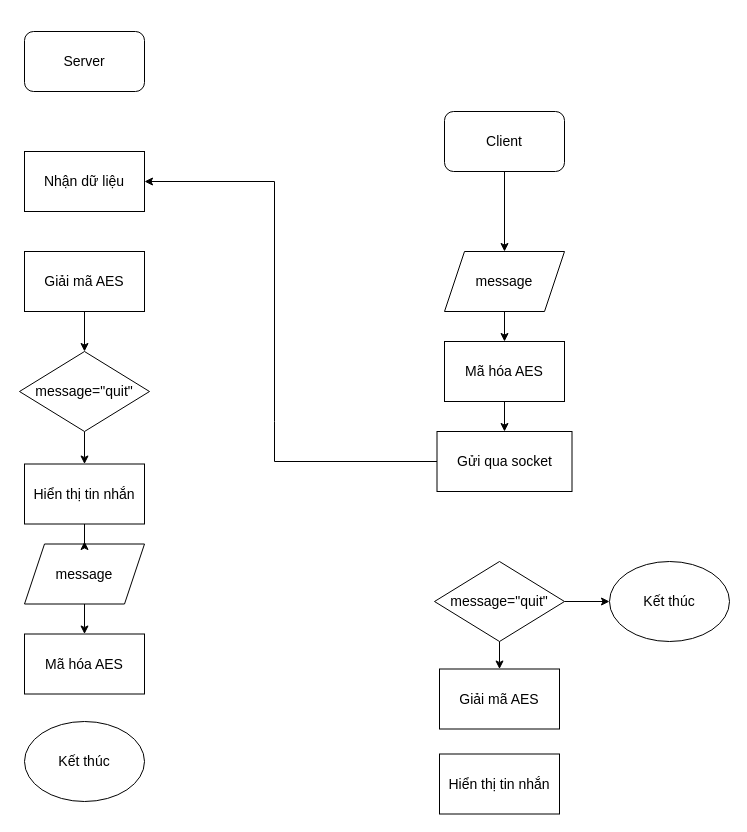
Earlier version of the draw.io diagram Chat.drawio (duy1009/abc). Source tidied: cells renumbered, new cells numbered last; positions are measured from the earlier drawing's top-left corner, leaving out a move shared by most shapes. Both pictures are drawn from the tidied source at 100%, with x=0, y=0 at pixel (19, 31).
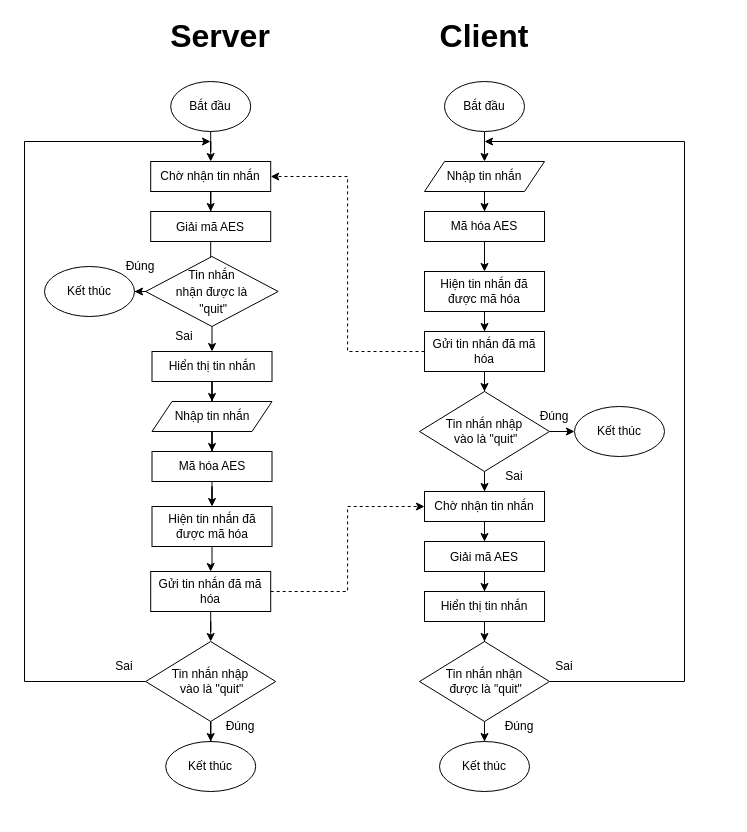
Above is the later version.

What changed in the source:
```diff
@@
-    <mxCell id="2" value="&lt;font style=&quot;font-size: 14px&quot;&gt;Server&lt;/font&gt;" style="rounded=1;whiteSpace=wrap;html=1;" parent="1" vertex="1">
-      <mxGeometry x="5" width="120" height="60" as="geometry" />
-    </mxCell>
-    <mxCell id="3" style="edgeStyle=orthogonalEdgeStyle;rounded=0;jettySize=auto;html=1;fontSize=14;" parent="1" edge="1" source="4" target="6">
-      <mxGeometry relative="1" as="geometry" />
-    </mxCell>
-    <mxCell id="4" value="&lt;font style=&quot;font-size: 14px&quot;&gt;Client&lt;/font&gt;" style="rounded=1;whiteSpace=wrap;html=1;" parent="1" vertex="1">
-      <mxGeometry x="425" y="80" width="120" height="60" as="geometry" />
-    </mxCell>
-    <mxCell id="5" style="edgeStyle=orthogonalEdgeStyle;rounded=0;jettySize=auto;html=1;fontSize=14;" parent="1" edge="1" source="6" target="10">
+    <mxCell id="5" style="edgeStyle=orthogonalEdgeStyle;rounded=0;jettySize=auto;html=1;fontSize=14;exitX=0.5;exitY=1;exitDx=0;exitDy=0;" parent="1" edge="1" source="33" target="10">
       <mxGeometry relative="1" as="geometry" />
     </mxCell>
-    <mxCell id="6" value="&lt;font style=&quot;font-size: 14px&quot;&gt;message&lt;/font&gt;" style="shape=parallelogram;perimeter=parallelogramPerimeter;whiteSpace=wrap;html=1;fixedSize=1;" parent="1" vertex="1">
-      <mxGeometry x="425" y="220" width="120" height="60" as="geometry" />
-    </mxCell>
@@
-    <mxCell id="8" value="&lt;font style=&quot;font-size: 14px&quot;&gt;message&lt;/font&gt;" style="shape=parallelogram;perimeter=parallelogramPerimeter;whiteSpace=wrap;html=1;fixedSize=1;" parent="1" vertex="1">
-      <mxGeometry x="5" y="512.5" width="120" height="60" as="geometry" />
+    <mxCell id="8" value="&lt;font style=&quot;font-size: 12px&quot;&gt;Nhập tin nhắn&lt;/font&gt;" style="shape=parallelogram;perimeter=parallelogramPerimeter;whiteSpace=wrap;html=1;fixedSize=1;fontSize=12;" parent="1" vertex="1">
+      <mxGeometry x="132.5" y="370" width="120" height="30" as="geometry" />
     </mxCell>
-    <mxCell id="9" style="edgeStyle=orthogonalEdgeStyle;rounded=0;jettySize=auto;html=1;fontSize=14;" parent="1" edge="1" source="10" target="26">
+    <mxCell id="9" style="edgeStyle=orthogonalEdgeStyle;rounded=0;jettySize=auto;html=1;fontSize=14;" parent="1" edge="1" source="10" target="35">
       <mxGeometry relative="1" as="geometry" />
     </mxCell>
-    <mxCell id="10" value="Mã hóa AES" style="rounded=0;whiteSpace=wrap;html=1;fontSize=14;" parent="1" vertex="1">
-      <mxGeometry x="425" y="310" width="120" height="60" as="geometry" />
+    <mxCell id="10" value="Mã hóa AES" style="rounded=0;whiteSpace=wrap;html=1;fontSize=12;" parent="1" vertex="1">
+      <mxGeometry x="405" y="180" width="120" height="30" as="geometry" />
     </mxCell>
@@
-    <mxCell id="12" value="Giải mã AES" style="rounded=0;whiteSpace=wrap;html=1;fontSize=14;" parent="1" vertex="1">
-      <mxGeometry x="5" y="220" width="120" height="60" as="geometry" />
+    <mxCell id="12" value="&lt;font style=&quot;font-size: 12px&quot;&gt;Giải mã AES&lt;/font&gt;" style="rounded=0;whiteSpace=wrap;html=1;fontSize=14;" parent="1" vertex="1">
+      <mxGeometry x="131.2" y="180" width="120" height="30" as="geometry" />
     </mxCell>
+    <mxCell id="28" style="edgeStyle=orthogonalEdgeStyle;rounded=0;jettySize=auto;html=1;fontSize=12;" parent="1" edge="1" source="13" target="37">
+      <mxGeometry relative="1" as="geometry" />
+    </mxCell>
-    <mxCell id="13" value="Mã hóa AES" style="rounded=0;whiteSpace=wrap;html=1;fontSize=14;" parent="1" vertex="1">
-      <mxGeometry x="5" y="602.5" width="120" height="60" as="geometry" />
+    <mxCell id="13" value="Mã hóa AES" style="rounded=0;whiteSpace=wrap;html=1;fontSize=12;" parent="1" vertex="1">
+      <mxGeometry x="132.5" y="420" width="120" height="30" as="geometry" />
     </mxCell>
-    <mxCell id="14" value="Giải mã AES" style="rounded=0;whiteSpace=wrap;html=1;fontSize=14;" parent="1" vertex="1">
-      <mxGeometry x="420" y="637.5" width="120" height="60" as="geometry" />
-    </mxCell>
-    <mxCell id="15" style="edgeStyle=orthogonalEdgeStyle;rounded=0;jettySize=auto;html=1;fontSize=14;" parent="1" edge="1" source="16">
-      <mxGeometry relative="1" as="geometry">
-        <mxPoint x="65" y="510" as="targetPoint" />
-      </mxGeometry>
+    <mxCell id="15" style="edgeStyle=orthogonalEdgeStyle;rounded=0;jettySize=auto;html=1;fontSize=14;entryX=0.5;entryY=0;entryDx=0;entryDy=0;" parent="1" edge="1" source="16" target="8">
+      <mxGeometry relative="1" as="geometry" />
     </mxCell>
-    <mxCell id="16" value="Hiển thị tin nhắn" style="rounded=0;whiteSpace=wrap;html=1;fontSize=14;" parent="1" vertex="1">
-      <mxGeometry x="5" y="432.5" width="120" height="60" as="geometry" />
+    <mxCell id="16" value="Hiển thị tin nhắn" style="rounded=0;whiteSpace=wrap;html=1;fontSize=12;" parent="1" vertex="1">
+      <mxGeometry x="132.5" y="320" width="120" height="30" as="geometry" />
     </mxCell>
-    <mxCell id="17" value="Hiển thị tin nhắn" style="rounded=0;whiteSpace=wrap;html=1;fontSize=14;" parent="1" vertex="1">
-      <mxGeometry x="420" y="722.5" width="120" height="60" as="geometry" />
-    </mxCell>
-    <mxCell id="18" style="endArrow=classic;html=1;rounded=0;fontSize=14;exitX=0;exitY=0.5;exitDx=0;exitDy=0;entryX=1;entryY=0.5;entryDx=0;entryDy=0;" parent="1" edge="1" source="26" target="27">
-      <mxGeometry relative="1" as="geometry">
-        <Array as="points">
-          <mxPoint x="255" y="430" />
-          <mxPoint x="255" y="390" />
-          <mxPoint x="255" y="150" />
-        </Array>
-      </mxGeometry>
-    </mxCell>
-    <mxCell id="19" style="edgeStyle=orthogonalEdgeStyle;rounded=0;jettySize=auto;html=1;fontSize=14;entryX=0.5;entryY=0;entryDx=0;entryDy=0;" parent="1" edge="1" source="21" target="14">
-      <mxGeometry relative="1" as="geometry" />
-    </mxCell>
-    <mxCell id="20" style="edgeStyle=orthogonalEdgeStyle;rounded=0;jettySize=auto;html=1;fontSize=14;" parent="1" edge="1" source="21" target="22">
+    <mxCell id="20" style="edgeStyle=orthogonalEdgeStyle;rounded=0;jettySize=auto;html=1;fontSize=12;" parent="1" edge="1" source="21" target="22">
       <mxGeometry relative="1" as="geometry" />
     </mxCell>
+    <mxCell id="29" style="edgeStyle=orthogonalEdgeStyle;rounded=0;jettySize=auto;html=1;fontSize=12;exitX=1;exitY=0.5;exitDx=0;exitDy=0;" parent="1" edge="1" source="21">
+      <mxGeometry relative="1" as="geometry">
+        <mxPoint x="465" y="110" as="targetPoint" />
+        <Array as="points">
+          <mxPoint x="530" y="650" />
+          <mxPoint x="665" y="650" />
+          <mxPoint x="665" y="110" />
+        </Array>
+      </mxGeometry>
+    </mxCell>
-    <mxCell id="21" value="&lt;span&gt;message=&quot;quit&quot;&lt;/span&gt;" style="rhombus;whiteSpace=wrap;html=1;fontSize=14;" parent="1" vertex="1">
-      <mxGeometry x="415" y="530" width="130" height="80" as="geometry" />
+    <mxCell id="21" value="&lt;span style=&quot;font-size: 12px&quot;&gt;Tin nhắn nhận&lt;br&gt;&amp;nbsp;được là &quot;quit&quot;&lt;/span&gt;" style="rhombus;whiteSpace=wrap;html=1;fontSize=12;" parent="1" vertex="1">
+      <mxGeometry x="400" y="610" width="130" height="80" as="geometry" />
     </mxCell>
-    <mxCell id="22" value="Kết thúc" style="ellipse;whiteSpace=wrap;html=1;fontSize=14;" parent="1" vertex="1">
-      <mxGeometry x="590" y="530" width="120" height="80" as="geometry" />
+    <mxCell id="22" value="Kết thúc" style="ellipse;whiteSpace=wrap;html=1;fontSize=12;" parent="1" vertex="1">
+      <mxGeometry x="420" y="710" width="90" height="50" as="geometry" />
     </mxCell>
-    <mxCell id="23" value="Kết thúc" style="ellipse;whiteSpace=wrap;html=1;fontSize=14;" parent="1" vertex="1">
-      <mxGeometry x="5" y="690" width="120" height="80" as="geometry" />
-    </mxCell>
@@
+    <mxCell id="30" style="edgeStyle=orthogonalEdgeStyle;rounded=0;jettySize=auto;html=1;fontSize=12;" parent="1" edge="1" source="25" target="57">
+      <mxGeometry relative="1" as="geometry" />
+    </mxCell>
-    <mxCell id="25" value="&lt;span&gt;message=&quot;quit&quot;&lt;/span&gt;" style="rhombus;whiteSpace=wrap;html=1;fontSize=14;" parent="1" vertex="1">
-      <mxGeometry y="320" width="130" height="80" as="geometry" />
+    <mxCell id="25" value="&lt;span&gt;&lt;font style=&quot;font-size: 12px&quot;&gt;Tin nhắn &lt;br&gt;nhận được là&lt;br&gt;&amp;nbsp;&quot;quit&quot;&lt;/font&gt;&lt;/span&gt;" style="rhombus;whiteSpace=wrap;html=1;fontSize=14;" parent="1" vertex="1">
+      <mxGeometry x="126.2" y="225" width="132.5" height="70" as="geometry" />
     </mxCell>
+    <mxCell id="18" style="edgeStyle=orthogonalEdgeStyle;rounded=0;jettySize=auto;html=1;entryX=1;entryY=0.5;entryDx=0;entryDy=0;fontSize=12;dashed=1;" parent="1" edge="1" source="26" target="27">
+      <mxGeometry relative="1" as="geometry" />
+    </mxCell>
+    <mxCell id="31" style="edgeStyle=orthogonalEdgeStyle;rounded=0;jettySize=auto;html=1;fontSize=12;" parent="1" edge="1" source="26" target="43">
+      <mxGeometry relative="1" as="geometry" />
+    </mxCell>
-    <mxCell id="26" value="Gửi qua socket" style="rounded=0;whiteSpace=wrap;html=1;fontSize=14;" parent="1" vertex="1">
-      <mxGeometry x="417.5" y="400" width="135" height="60" as="geometry" />
+    <mxCell id="26" value="Gửi tin nhắn đã mã hóa" style="rounded=0;whiteSpace=wrap;html=1;fontSize=12;" parent="1" vertex="1">
+      <mxGeometry x="405" y="300" width="120" height="40" as="geometry" />
     </mxCell>
+    <mxCell id="32" style="edgeStyle=orthogonalEdgeStyle;rounded=0;jettySize=auto;html=1;fontSize=12;" parent="1" edge="1" source="27" target="12">
+      <mxGeometry relative="1" as="geometry" />
+    </mxCell>
-    <mxCell id="27" value="Nhận dữ liệu" style="rounded=0;whiteSpace=wrap;html=1;fontSize=14;" parent="1" vertex="1">
-      <mxGeometry x="5" y="120" width="120" height="60" as="geometry" />
+    <mxCell id="27" value="Chờ nhận tin nhắn" style="rounded=0;whiteSpace=wrap;html=1;fontSize=12;" parent="1" vertex="1">
+      <mxGeometry x="131.2" y="130" width="120" height="30" as="geometry" />
     </mxCell>
+    <mxCell id="33" value="Nhập tin nhắn" style="shape=parallelogram;perimeter=parallelogramPerimeter;whiteSpace=wrap;html=1;fixedSize=1;fontSize=12;" parent="1" vertex="1">
+      <mxGeometry x="405" y="130" width="120" height="30" as="geometry" />
+    </mxCell>
+    <mxCell id="34" style="edgeStyle=orthogonalEdgeStyle;rounded=0;jettySize=auto;html=1;fontSize=12;" parent="1" edge="1" source="35" target="26">
+      <mxGeometry relative="1" as="geometry" />
+    </mxCell>
+    <mxCell id="35" value="Hiện tin nhắn đã được mã hóa" style="rounded=0;whiteSpace=wrap;html=1;fontSize=12;" parent="1" vertex="1">
+      <mxGeometry x="405" y="240" width="120" height="40" as="geometry" />
+    </mxCell>
+    <mxCell id="36" style="edgeStyle=orthogonalEdgeStyle;rounded=0;jettySize=auto;html=1;fontSize=12;" parent="1" edge="1" source="37" target="40">
+      <mxGeometry relative="1" as="geometry" />
+    </mxCell>
+    <mxCell id="37" value="Hiện tin nhắn đã được mã hóa" style="rounded=0;whiteSpace=wrap;html=1;fontSize=12;" parent="1" vertex="1">
+      <mxGeometry x="132.5" y="475" width="120" height="40" as="geometry" />
+    </mxCell>
+    <mxCell id="38" style="edgeStyle=orthogonalEdgeStyle;rounded=0;jettySize=auto;html=1;fontSize=12;" parent="1" edge="1" source="40" target="56">
+      <mxGeometry relative="1" as="geometry" />
+    </mxCell>
+    <mxCell id="39" style="edgeStyle=orthogonalEdgeStyle;rounded=0;jettySize=auto;html=1;entryX=0;entryY=0.5;entryDx=0;entryDy=0;dashed=1;fontSize=12;" parent="1" edge="1" source="40" target="46">
+      <mxGeometry relative="1" as="geometry" />
+    </mxCell>
+    <mxCell id="40" value="Gửi tin nhắn đã mã hóa" style="rounded=0;whiteSpace=wrap;html=1;fontSize=12;" parent="1" vertex="1">
+      <mxGeometry x="131.2" y="540" width="120" height="40" as="geometry" />
+    </mxCell>
+    <mxCell id="41" style="edgeStyle=orthogonalEdgeStyle;rounded=0;jettySize=auto;html=1;fontSize=12;" parent="1" edge="1" source="43" target="46">
+      <mxGeometry relative="1" as="geometry" />
+    </mxCell>
+    <mxCell id="42" style="edgeStyle=orthogonalEdgeStyle;rounded=0;jettySize=auto;html=1;fontSize=12;" parent="1" edge="1" source="43" target="48">
+      <mxGeometry relative="1" as="geometry" />
+    </mxCell>
+    <mxCell id="43" value="&lt;span style=&quot;font-size: 12px&quot;&gt;Tin nhắn nhập&lt;br&gt;&amp;nbsp;vào&amp;nbsp;là &quot;quit&quot;&lt;/span&gt;" style="rhombus;whiteSpace=wrap;html=1;fontSize=12;" parent="1" vertex="1">
+      <mxGeometry x="400" y="360" width="130" height="80" as="geometry" />
+    </mxCell>
+    <mxCell id="44" style="edgeStyle=orthogonalEdgeStyle;rounded=0;jettySize=auto;html=1;fontSize=12;" parent="1" edge="1" source="14" target="17">
+      <mxGeometry relative="1" as="geometry" />
+    </mxCell>
+    <mxCell id="14" value="&lt;font style=&quot;font-size: 12px&quot;&gt;Giải mã AES&lt;/font&gt;" style="rounded=0;whiteSpace=wrap;html=1;fontSize=14;" parent="1" vertex="1">
+      <mxGeometry x="405" y="510" width="120" height="30" as="geometry" />
+    </mxCell>
+    <mxCell id="45" style="edgeStyle=orthogonalEdgeStyle;rounded=0;jettySize=auto;html=1;fontSize=12;" parent="1" edge="1" source="46" target="14">
+      <mxGeometry relative="1" as="geometry" />
+    </mxCell>
+    <mxCell id="46" value="Chờ nhận tin nhắn" style="rounded=0;whiteSpace=wrap;html=1;fontSize=12;" parent="1" vertex="1">
+      <mxGeometry x="405" y="460" width="120" height="30" as="geometry" />
+    </mxCell>
+    <mxCell id="47" value="Kết thúc" style="ellipse;whiteSpace=wrap;html=1;fontSize=12;" parent="1" vertex="1">
+      <mxGeometry x="146.2" y="710" width="90" height="50" as="geometry" />
+    </mxCell>
+    <mxCell id="48" value="Kết thúc" style="ellipse;whiteSpace=wrap;html=1;fontSize=12;" parent="1" vertex="1">
+      <mxGeometry x="555" y="375" width="90" height="50" as="geometry" />
+    </mxCell>
+    <mxCell id="49" style="edgeStyle=orthogonalEdgeStyle;rounded=0;jettySize=auto;html=1;fontSize=12;" parent="1" edge="1" source="50" target="33">
+      <mxGeometry relative="1" as="geometry" />
+    </mxCell>
+    <mxCell id="50" value="Bắt đầu" style="ellipse;whiteSpace=wrap;html=1;fontSize=12;" parent="1" vertex="1">
+      <mxGeometry x="425" y="50" width="80" height="50" as="geometry" />
+    </mxCell>
+    <mxCell id="51" style="edgeStyle=orthogonalEdgeStyle;rounded=0;jettySize=auto;html=1;fontSize=12;" parent="1" edge="1" source="52" target="27">
+      <mxGeometry relative="1" as="geometry" />
+    </mxCell>
+    <mxCell id="52" value="Bắt đầu" style="ellipse;whiteSpace=wrap;html=1;fontSize=12;" parent="1" vertex="1">
+      <mxGeometry x="151.2" y="50" width="80" height="50" as="geometry" />
+    </mxCell>
+    <mxCell id="53" style="edgeStyle=orthogonalEdgeStyle;rounded=0;jettySize=auto;html=1;fontSize=12;" parent="1" edge="1" source="17" target="21">
+      <mxGeometry relative="1" as="geometry" />
+    </mxCell>
+    <mxCell id="17" value="Hiển thị tin nhắn" style="rounded=0;whiteSpace=wrap;html=1;fontSize=12;" parent="1" vertex="1">
+      <mxGeometry x="405" y="560" width="120" height="30" as="geometry" />
+    </mxCell>
+    <mxCell id="54" style="edgeStyle=orthogonalEdgeStyle;rounded=0;jettySize=auto;html=1;fontSize=12;" parent="1" edge="1" source="56" target="47">
+      <mxGeometry relative="1" as="geometry" />
+    </mxCell>
+    <mxCell id="55" style="edgeStyle=orthogonalEdgeStyle;rounded=0;jettySize=auto;html=1;fontSize=12;exitX=0;exitY=0.5;exitDx=0;exitDy=0;" parent="1" edge="1" source="56">
+      <mxGeometry relative="1" as="geometry">
+        <mxPoint x="191" y="110" as="targetPoint" />
+        <Array as="points">
+          <mxPoint x="5" y="650" />
+          <mxPoint x="5" y="110" />
+        </Array>
+      </mxGeometry>
+    </mxCell>
+    <mxCell id="56" value="&lt;span style=&quot;font-size: 12px&quot;&gt;Tin nhắn nhập&lt;br&gt;&amp;nbsp;vào&amp;nbsp;là &quot;quit&quot;&lt;/span&gt;" style="rhombus;whiteSpace=wrap;html=1;fontSize=12;" parent="1" vertex="1">
+      <mxGeometry x="126.2" y="610" width="130" height="80" as="geometry" />
+    </mxCell>
+    <mxCell id="57" value="Kết thúc" style="ellipse;whiteSpace=wrap;html=1;fontSize=12;" parent="1" vertex="1">
+      <mxGeometry x="25" y="235" width="90" height="50" as="geometry" />
+    </mxCell>
+    <mxCell id="4" value="&lt;b&gt;Client&lt;/b&gt;" style="text;html=1;strokeColor=none;fillColor=none;align=center;verticalAlign=middle;whiteSpace=wrap;rounded=0;fontSize=32;" parent="1" vertex="1">
+      <mxGeometry x="435" y="-10" width="60" height="30" as="geometry" />
+    </mxCell>
+    <mxCell id="2" value="&lt;b&gt;Server&lt;/b&gt;" style="text;html=1;strokeColor=none;fillColor=none;align=center;verticalAlign=middle;whiteSpace=wrap;rounded=0;fontSize=32;" parent="1" vertex="1">
+      <mxGeometry x="171.2" y="-10" width="60" height="30" as="geometry" />
+    </mxCell>
+    <mxCell id="58" value="Đúng" style="text;html=1;strokeColor=none;fillColor=none;align=center;verticalAlign=middle;whiteSpace=wrap;rounded=0;fontSize=12;" parent="1" vertex="1">
+      <mxGeometry x="191.2" y="680" width="60" height="30" as="geometry" />
+    </mxCell>
+    <mxCell id="59" value="Đúng" style="text;html=1;strokeColor=none;fillColor=none;align=center;verticalAlign=middle;whiteSpace=wrap;rounded=0;fontSize=12;" parent="1" vertex="1">
+      <mxGeometry x="470" y="680" width="60" height="30" as="geometry" />
+    </mxCell>
+    <mxCell id="60" value="Đúng" style="text;html=1;strokeColor=none;fillColor=none;align=center;verticalAlign=middle;whiteSpace=wrap;rounded=0;fontSize=12;" parent="1" vertex="1">
+      <mxGeometry x="505" y="370" width="60" height="30" as="geometry" />
+    </mxCell>
+    <mxCell id="61" value="Đúng" style="text;html=1;strokeColor=none;fillColor=none;align=center;verticalAlign=middle;whiteSpace=wrap;rounded=0;fontSize=12;" parent="1" vertex="1">
+      <mxGeometry x="91.2" y="220" width="60" height="30" as="geometry" />
+    </mxCell>
+    <mxCell id="62" value="Sai" style="text;html=1;strokeColor=none;fillColor=none;align=center;verticalAlign=middle;whiteSpace=wrap;rounded=0;fontSize=12;" parent="1" vertex="1">
+      <mxGeometry x="135" y="290" width="60" height="30" as="geometry" />
+    </mxCell>
+    <mxCell id="63" value="Sai" style="text;html=1;strokeColor=none;fillColor=none;align=center;verticalAlign=middle;whiteSpace=wrap;rounded=0;fontSize=12;" parent="1" vertex="1">
+      <mxGeometry x="75" y="620" width="60" height="30" as="geometry" />
+    </mxCell>
+    <mxCell id="64" value="Sai" style="text;html=1;strokeColor=none;fillColor=none;align=center;verticalAlign=middle;whiteSpace=wrap;rounded=0;fontSize=12;" parent="1" vertex="1">
+      <mxGeometry x="515" y="620" width="60" height="30" as="geometry" />
+    </mxCell>
+    <mxCell id="65" value="Sai" style="text;html=1;strokeColor=none;fillColor=none;align=center;verticalAlign=middle;whiteSpace=wrap;rounded=0;fontSize=12;" parent="1" vertex="1">
+      <mxGeometry x="465" y="430" width="60" height="30" as="geometry" />
+    </mxCell>
```
